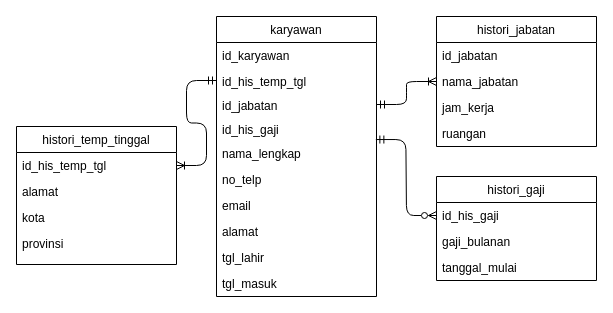
This is pertemuan_7/data_karyawan.drawio from ricky03knowhere/IF214002, a draw.io file, before an edit. Source tidied: cells renumbered, new cells numbered last; positions are measured from the earlier drawing's top-left corner, leaving out a move shared by most shapes. Both pictures are drawn from the tidied source at 100%, with x=0, y=0 at pixel (16, 16).
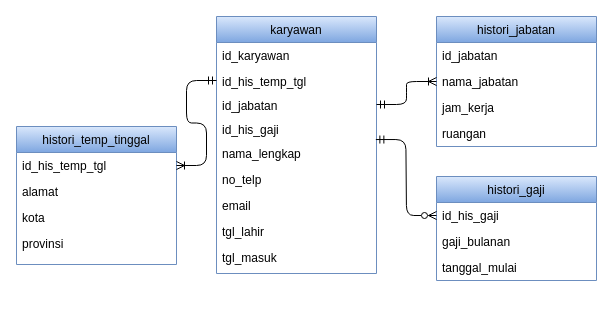
The same diagram, later.

The edit, as a diff of the source:
```diff
@@
-    <mxCell id="2" value="karyawan" style="swimlane;fontStyle=0;align=center;verticalAlign=top;horizontal=1;startSize=26;rounded=0;shadow=0;strokeWidth=1;" parent="1" vertex="1">
-      <mxGeometry x="200" width="160" height="280" as="geometry" />
+    <mxCell id="2" value="karyawan" style="swimlane;fontStyle=0;align=center;verticalAlign=top;horizontal=1;startSize=26;rounded=0;shadow=0;strokeWidth=1;fillColor=#dae8fc;gradientColor=#7ea6e0;strokeColor=#6c8ebf;" parent="1" vertex="1">
+      <mxGeometry x="200" width="160" height="257" as="geometry" />
     </mxCell>
@@
-    <mxCell id="10" value="alamat" style="text;align=left;verticalAlign=top;spacingLeft=4;spacingRight=4;overflow=hidden;rounded=0;shadow=0;html=0;" parent="2" vertex="1">
-      <mxGeometry y="202" width="160" height="26" as="geometry" />
-    </mxCell>
     <mxCell id="11" value="tgl_lahir" style="text;align=left;verticalAlign=top;spacingLeft=4;spacingRight=4;overflow=hidden;rounded=0;shadow=0;html=0;" parent="2" vertex="1">
-      <mxGeometry y="228" width="160" height="26" as="geometry" />
+      <mxGeometry y="202" width="160" height="26" as="geometry" />
     </mxCell>
     <mxCell id="12" value="tgl_masuk" style="text;align=left;verticalAlign=top;spacingLeft=4;spacingRight=4;overflow=hidden;rounded=0;shadow=0;html=0;" parent="2" vertex="1">
-      <mxGeometry y="254" width="160" height="26" as="geometry" />
+      <mxGeometry y="228" width="160" height="26" as="geometry" />
     </mxCell>
-    <mxCell id="13" value="histori_temp_tinggal" style="swimlane;fontStyle=0;align=center;verticalAlign=top;horizontal=1;startSize=26;rounded=0;shadow=0;strokeWidth=1;" parent="1" vertex="1">
+    <mxCell id="13" value="histori_temp_tinggal" style="swimlane;fontStyle=0;align=center;verticalAlign=top;horizontal=1;startSize=26;rounded=0;shadow=0;strokeWidth=1;fillColor=#dae8fc;gradientColor=#7ea6e0;strokeColor=#6c8ebf;" parent="1" vertex="1">
       <mxGeometry y="110" width="160" height="138" as="geometry" />
     </mxCell>
@@
-    <mxCell id="18" value="histori_gaji" style="swimlane;fontStyle=0;align=center;verticalAlign=top;horizontal=1;startSize=26;rounded=0;shadow=0;strokeWidth=1;" parent="1" vertex="1">
+    <mxCell id="18" value="histori_gaji" style="swimlane;fontStyle=0;align=center;verticalAlign=top;horizontal=1;startSize=26;rounded=0;shadow=0;strokeWidth=1;fillColor=#dae8fc;gradientColor=#7ea6e0;strokeColor=#6c8ebf;" parent="1" vertex="1">
       <mxGeometry x="420" y="160" width="160" height="104" as="geometry" />
     </mxCell>
@@
-    <mxCell id="22" value="histori_jabatan" style="swimlane;fontStyle=0;align=center;verticalAlign=top;horizontal=1;startSize=26;rounded=0;shadow=0;strokeWidth=1;" parent="1" vertex="1">
+    <mxCell id="22" value="histori_jabatan" style="swimlane;fontStyle=0;align=center;verticalAlign=top;horizontal=1;startSize=26;rounded=0;shadow=0;strokeWidth=1;fillColor=#dae8fc;gradientColor=#7ea6e0;strokeColor=#6c8ebf;" parent="1" vertex="1">
       <mxGeometry x="420" width="160" height="130" as="geometry" />
     </mxCell>
```
